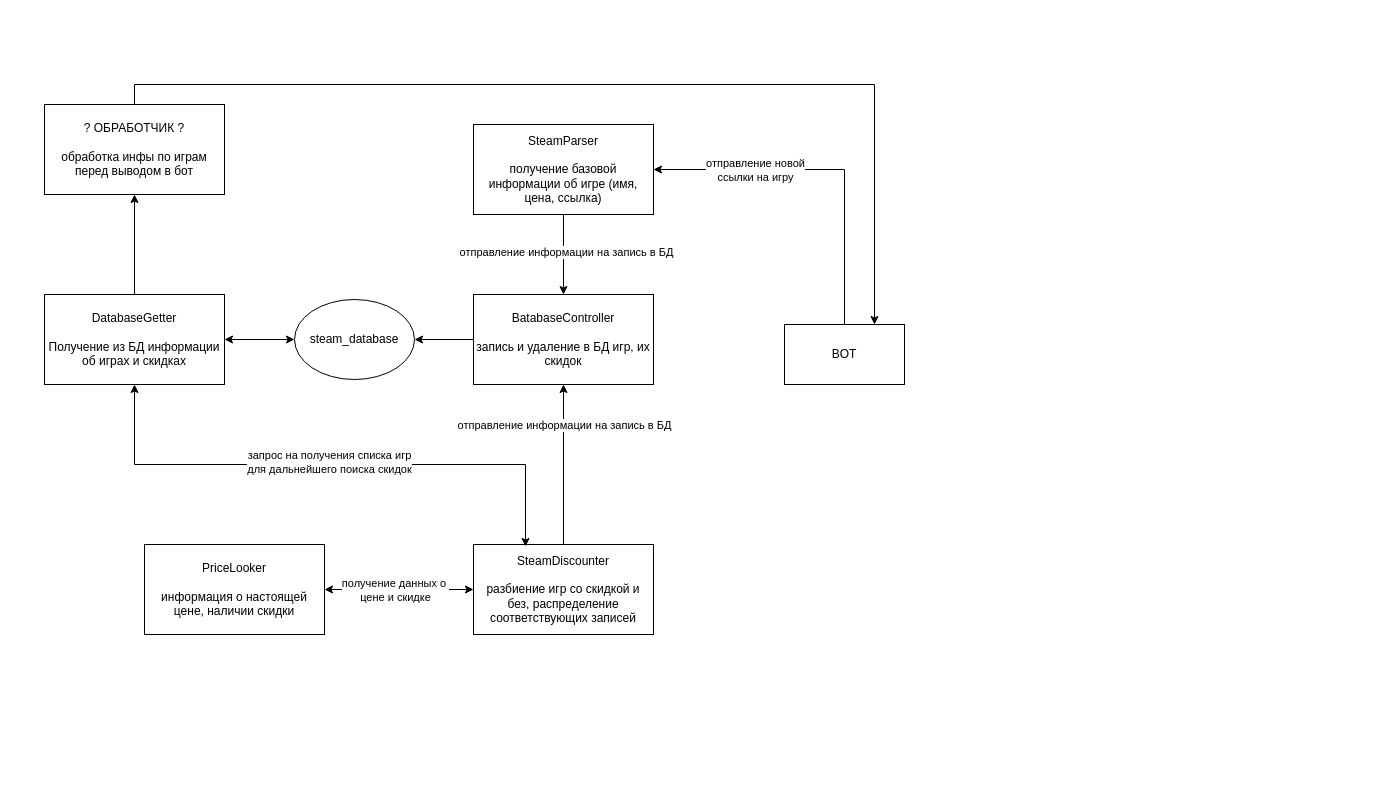
This is parser_schema.drawio from sekret01/Steam_parser_bot, a draw.io file, before an edit. Source tidied: cells renumbered, new cells numbered last; positions are measured from the earlier drawing's top-left corner, leaving out a move shared by most shapes. Both pictures are drawn from the tidied source at 100%, with x=0, y=0 at pixel (44, 104).
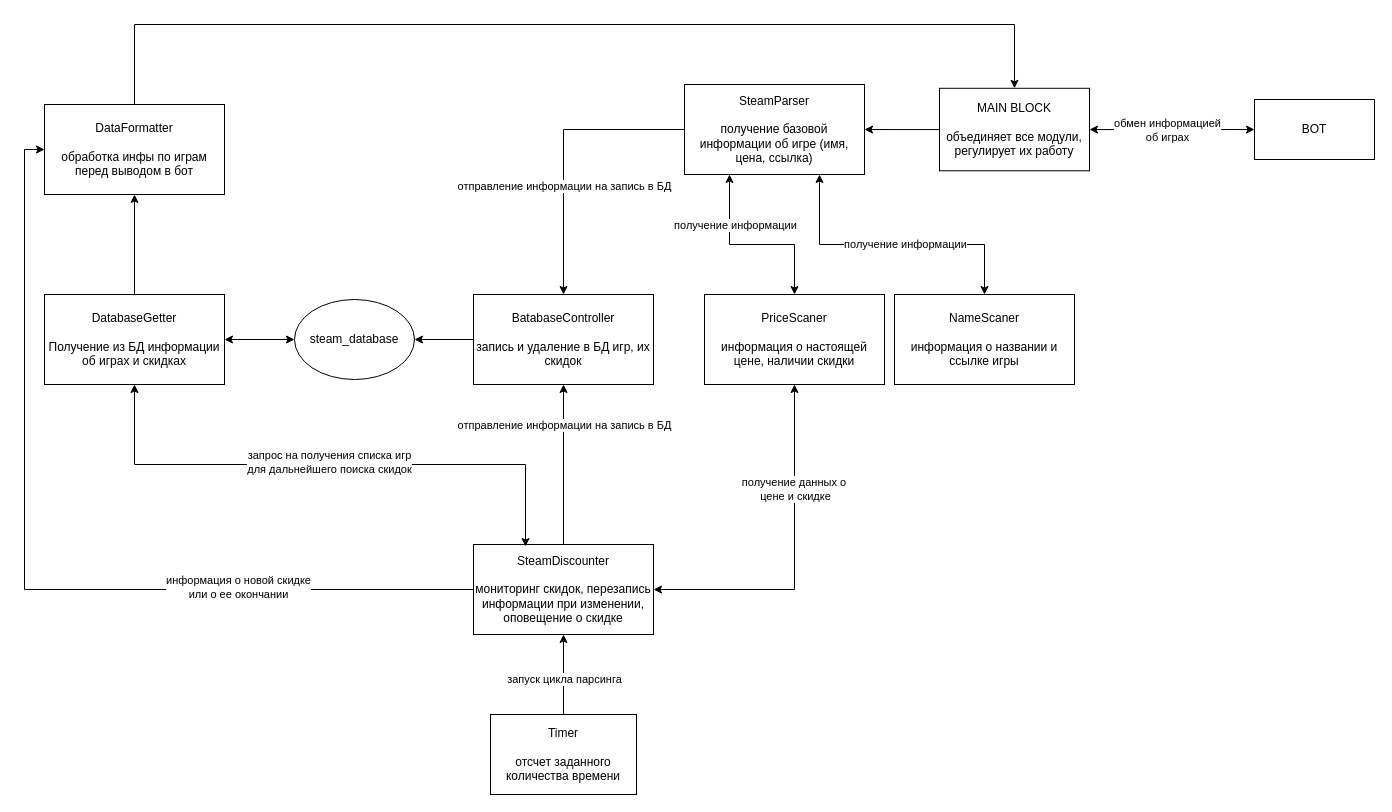
The same diagram, later.

Commit message (it also covers changes not shown here):
added the basis of the "Timer" class

The change refers to these unchanged cells:
```xml
<mxCell id="12" value="BatabaseController&lt;div&gt;&lt;br&gt;&lt;/div&gt;&lt;div&gt;запись и удаление в БД игр, их скидок&lt;/div&gt;" style="rounded=0;whiteSpace=wrap;html=1;" parent="1" vertex="1">
  <mxGeometry x="429" y="190" width="180" height="90" as="geometry" />
</mxCell>
```

What changed in the source:
```diff
@@
-    <mxCell id="2" value="PriceLooker&lt;div&gt;&lt;br&gt;&lt;/div&gt;&lt;div&gt;информация о настоящей цене, наличии скидки&lt;/div&gt;" style="rounded=0;whiteSpace=wrap;html=1;" parent="1" vertex="1">
-      <mxGeometry x="100" y="440" width="180" height="90" as="geometry" />
+    <mxCell id="2" value="PriceScaner&lt;div&gt;&lt;br&gt;&lt;/div&gt;&lt;div&gt;информация о настоящей цене, наличии скидки&lt;/div&gt;" style="rounded=0;whiteSpace=wrap;html=1;" parent="1" vertex="1">
+      <mxGeometry x="660" y="190" width="180" height="90" as="geometry" />
     </mxCell>
-    <mxCell id="3" style="edgeStyle=orthogonalEdgeStyle;rounded=0;jettySize=auto;html=1;exitX=0;exitY=0.5;exitDx=0;exitDy=0;entryX=1;entryY=0.5;entryDx=0;entryDy=0;endArrow=classic;endFill=1;startArrow=classic;startFill=1;" parent="1" edge="1" source="7" target="2">
+    <mxCell id="3" style="edgeStyle=orthogonalEdgeStyle;rounded=0;jettySize=auto;html=1;exitX=1;exitY=0.5;exitDx=0;exitDy=0;endArrow=classic;endFill=1;startArrow=classic;startFill=1;entryX=0.5;entryY=1;entryDx=0;entryDy=0;" parent="1" edge="1" source="7" target="2">
       <mxGeometry relative="1" as="geometry">
         <Array as="points">
-          <mxPoint x="360" y="485" />
-          <mxPoint x="360" y="485" />
+          <mxPoint x="750" y="485" />
         </Array>
       </mxGeometry>
     </mxCell>
     <mxCell id="4" value="получение данных о&amp;nbsp;&lt;div&gt;цене и скидке&lt;/div&gt;" style="edgeLabel;html=1;align=center;verticalAlign=middle;" parent="3" vertex="1">
       <mxGeometry x="-0.1" relative="1" as="geometry">
-        <mxPoint x="-12" as="offset" />
+        <mxPoint y="-86" as="offset" />
       </mxGeometry>
     </mxCell>
@@
+    <mxCell id="24" style="edgeStyle=orthogonalEdgeStyle;rounded=0;jettySize=auto;html=1;exitX=0;exitY=0.5;exitDx=0;exitDy=0;entryX=0;entryY=0.5;entryDx=0;entryDy=0;" parent="1" edge="1" source="7" target="21">
+      <mxGeometry relative="1" as="geometry" />
+    </mxCell>
+    <mxCell id="25" value="информация о новой скидке&lt;div&gt;или о ее окончании&lt;/div&gt;" style="edgeLabel;html=1;align=center;verticalAlign=middle;" parent="24" vertex="1">
+      <mxGeometry x="-0.48" y="-3" relative="1" as="geometry" />
+    </mxCell>
-    <mxCell id="7" value="SteamDiscounter&lt;div&gt;&lt;br&gt;&lt;/div&gt;&lt;div&gt;разбиение игр со скидкой и без, распределение соответствующих записей&lt;/div&gt;" style="rounded=0;whiteSpace=wrap;html=1;" parent="1" vertex="1">
+    <mxCell id="7" value="SteamDiscounter&lt;div&gt;&lt;br&gt;&lt;/div&gt;&lt;div&gt;мониторинг скидок, перезапись информации при изменении, оповещение о скидке&lt;/div&gt;" style="rounded=0;whiteSpace=wrap;html=1;" parent="1" vertex="1">
       <mxGeometry x="429" y="440" width="180" height="90" as="geometry" />
     </mxCell>
-    <mxCell id="8" style="edgeStyle=orthogonalEdgeStyle;rounded=0;jettySize=auto;html=1;exitX=0.5;exitY=1;exitDx=0;exitDy=0;entryX=0.5;entryY=0;entryDx=0;entryDy=0;" parent="1" edge="1" source="10" target="12">
+    <mxCell id="8" style="edgeStyle=orthogonalEdgeStyle;rounded=0;jettySize=auto;html=1;exitX=0;exitY=0.5;exitDx=0;exitDy=0;entryX=0.5;entryY=0;entryDx=0;entryDy=0;" parent="1" edge="1" source="10" target="12">
       <mxGeometry relative="1" as="geometry" />
     </mxCell>
     <mxCell id="9" value="отправление информации на запись в БД" style="edgeLabel;html=1;align=center;verticalAlign=middle;" parent="8" vertex="1">
-      <mxGeometry x="-0.07" y="2" relative="1" as="geometry" />
+      <mxGeometry x="-0.07" y="2" relative="1" as="geometry">
+        <mxPoint x="-2" y="44" as="offset" />
+      </mxGeometry>
     </mxCell>
+    <mxCell id="26" style="edgeStyle=orthogonalEdgeStyle;rounded=0;jettySize=auto;html=1;exitX=0.25;exitY=1;exitDx=0;exitDy=0;entryX=0.5;entryY=0;entryDx=0;entryDy=0;startArrow=classic;startFill=1;" parent="1" edge="1" source="10" target="2">
+      <mxGeometry relative="1" as="geometry">
+        <Array as="points">
+          <mxPoint x="685" y="140" />
+          <mxPoint x="750" y="140" />
+        </Array>
+      </mxGeometry>
+    </mxCell>
+    <mxCell id="27" value="получение информации" style="edgeLabel;html=1;align=center;verticalAlign=middle;" parent="26" vertex="1">
+      <mxGeometry x="0.12" y="2" relative="1" as="geometry">
+        <mxPoint x="-29" y="-18" as="offset" />
+      </mxGeometry>
+    </mxCell>
+    <mxCell id="28" style="edgeStyle=orthogonalEdgeStyle;rounded=0;jettySize=auto;html=1;exitX=0.75;exitY=1;exitDx=0;exitDy=0;entryX=0.5;entryY=0;entryDx=0;entryDy=0;startArrow=classic;startFill=1;" parent="1" edge="1" source="10" target="32">
+      <mxGeometry relative="1" as="geometry">
+        <Array as="points">
+          <mxPoint x="775" y="140" />
+          <mxPoint x="940" y="140" />
+        </Array>
+      </mxGeometry>
+    </mxCell>
+    <mxCell id="29" value="получение информации" style="edgeLabel;html=1;align=center;verticalAlign=middle;" parent="28" vertex="1">
+      <mxGeometry x="0.24" y="1" relative="1" as="geometry">
+        <mxPoint x="-22" as="offset" />
+      </mxGeometry>
+    </mxCell>
     <mxCell id="10" value="SteamParser&lt;div&gt;&lt;br&gt;&lt;/div&gt;&lt;div&gt;получение базовой информации об игре (имя, цена, ссылка)&lt;/div&gt;" style="rounded=0;whiteSpace=wrap;html=1;" parent="1" vertex="1">
-      <mxGeometry x="429" y="20" width="180" height="90" as="geometry" />
+      <mxGeometry x="640" y="-20" width="180" height="90" as="geometry" />
     </mxCell>
@@
-    <mxCell id="17" style="edgeStyle=orthogonalEdgeStyle;rounded=0;jettySize=auto;html=1;exitX=0.5;exitY=0;exitDx=0;exitDy=0;entryX=1;entryY=0.5;entryDx=0;entryDy=0;shadow=0;flowAnimation=0;" parent="1" edge="1" source="19" target="10">
+    <mxCell id="17" style="edgeStyle=orthogonalEdgeStyle;rounded=0;jettySize=auto;html=1;exitX=0;exitY=0.5;exitDx=0;exitDy=0;entryX=1;entryY=0.5;entryDx=0;entryDy=0;" parent="1" edge="1" source="19" target="10">
       <mxGeometry relative="1" as="geometry" />
     </mxCell>
-    <mxCell id="18" value="отправление новой&lt;div&gt;ссылки на игру&lt;/div&gt;" style="edgeLabel;html=1;align=center;verticalAlign=middle;" parent="17" vertex="1">
-      <mxGeometry x="0.04" y="2" relative="1" as="geometry">
-        <mxPoint x="-65" y="-2" as="offset" />
-      </mxGeometry>
-    </mxCell>
+    <mxCell id="30" style="edgeStyle=orthogonalEdgeStyle;rounded=0;jettySize=auto;html=1;exitX=1;exitY=0.5;exitDx=0;exitDy=0;entryX=0;entryY=0.5;entryDx=0;entryDy=0;startArrow=classic;startFill=1;" parent="1" edge="1" source="19" target="33">
+      <mxGeometry relative="1" as="geometry" />
+    </mxCell>
+    <mxCell id="31" value="обмен информацией&lt;div&gt;об играх&lt;/div&gt;" style="edgeLabel;html=1;align=center;verticalAlign=middle;" parent="30" vertex="1">
+      <mxGeometry x="-0.05" relative="1" as="geometry" />
+    </mxCell>
-    <mxCell id="19" value="BOT" style="rounded=0;whiteSpace=wrap;html=1;" parent="1" vertex="1">
-      <mxGeometry x="740" y="220" width="120" height="60" as="geometry" />
+    <mxCell id="19" value="MAIN BLOCK&lt;div&gt;&lt;br&gt;&lt;/div&gt;&lt;div&gt;объединяет все модули, регулирует их работу&lt;/div&gt;" style="rounded=0;whiteSpace=wrap;html=1;" parent="1" vertex="1">
+      <mxGeometry x="895" y="-16.2" width="150" height="82.5" as="geometry" />
     </mxCell>
-    <mxCell id="20" style="edgeStyle=orthogonalEdgeStyle;rounded=0;jettySize=auto;html=1;exitX=0.5;exitY=0;exitDx=0;exitDy=0;entryX=0.75;entryY=0;entryDx=0;entryDy=0;" parent="1" edge="1" source="21" target="19">
-      <mxGeometry relative="1" as="geometry" />
+    <mxCell id="20" style="edgeStyle=orthogonalEdgeStyle;rounded=0;jettySize=auto;html=1;exitX=0.5;exitY=0;exitDx=0;exitDy=0;entryX=0.5;entryY=0;entryDx=0;entryDy=0;" parent="1" edge="1" source="21" target="19">
+      <mxGeometry relative="1" as="geometry">
+        <Array as="points">
+          <mxPoint x="90" y="-80" />
+          <mxPoint x="970" y="-80" />
+        </Array>
+      </mxGeometry>
     </mxCell>
-    <mxCell id="21" value="? ОБРАБОТЧИК ?&lt;div&gt;&lt;br&gt;&lt;/div&gt;&lt;div&gt;обработка инфы по играм перед выводом в бот&lt;/div&gt;" style="rounded=0;whiteSpace=wrap;html=1;" parent="1" vertex="1">
+    <mxCell id="21" value="&lt;div&gt;DataFormatter&lt;/div&gt;&lt;div&gt;&lt;br&gt;&lt;/div&gt;&lt;div&gt;обработка инфы по играм перед выводом в бот&lt;/div&gt;" style="rounded=0;whiteSpace=wrap;html=1;" parent="1" vertex="1">
       <mxGeometry width="180" height="90" as="geometry" />
     </mxCell>
@@
+    <mxCell id="32" value="NameScaner&lt;div&gt;&lt;br&gt;&lt;/div&gt;&lt;div&gt;информация о названии и ссылке игры&lt;/div&gt;" style="rounded=0;whiteSpace=wrap;html=1;" parent="1" vertex="1">
+      <mxGeometry x="850" y="190" width="180" height="90" as="geometry" />
+    </mxCell>
+    <mxCell id="33" value="BOT" style="rounded=0;whiteSpace=wrap;html=1;" parent="1" vertex="1">
+      <mxGeometry x="1210" y="-5" width="120" height="60" as="geometry" />
+    </mxCell>
+    <mxCell id="34" style="edgeStyle=orthogonalEdgeStyle;rounded=0;jettySize=auto;html=1;exitX=0.5;exitY=0;exitDx=0;exitDy=0;entryX=0.5;entryY=1;entryDx=0;entryDy=0;" parent="1" edge="1" source="36" target="7">
+      <mxGeometry relative="1" as="geometry" />
+    </mxCell>
+    <mxCell id="35" value="запуск цикла парсинга" style="edgeLabel;html=1;align=center;verticalAlign=middle;" parent="34" vertex="1">
+      <mxGeometry x="-0.09" relative="1" as="geometry" />
+    </mxCell>
+    <mxCell id="36" value="Timer&lt;div&gt;&lt;br&gt;&lt;/div&gt;&lt;div&gt;отсчет заданного количества времени&lt;/div&gt;" style="rounded=0;whiteSpace=wrap;html=1;" parent="1" vertex="1">
+      <mxGeometry x="446" y="610" width="146" height="80" as="geometry" />
+    </mxCell>
```
